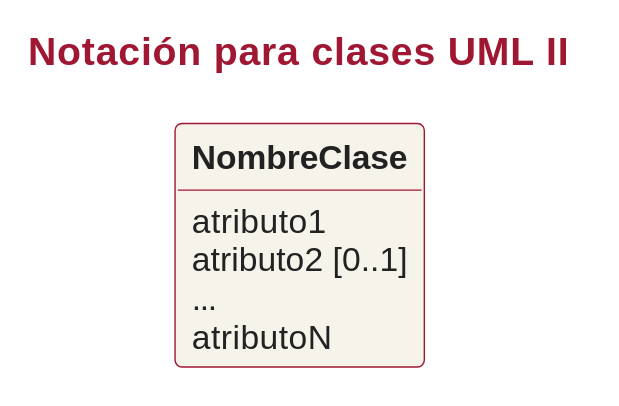
Before: assets/slides/iissi1/t6-introduccion-al-modelado-conceptual/puml/dc-notacion-clases-uml-II.svg, a diagram exported from PlantUML (IISSI-US/web). The source it was exported from:
```plantuml
@startuml
title Notación para clases UML II
!include ../../puml/teoria.iuml
!include NombreClaseValor.iuml
@enduml
```
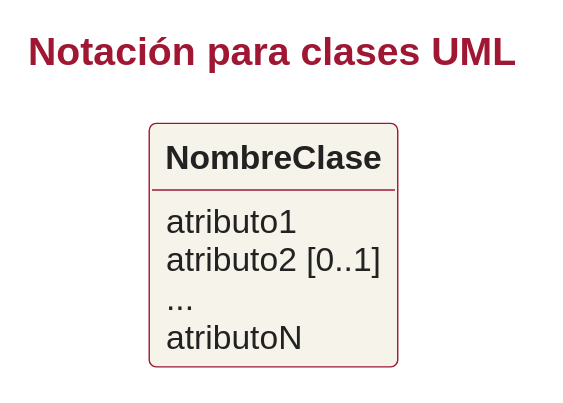
Later version of the same file.

What changed in the source:
```diff
@@ -1,5 +1,11 @@
 @startuml
-title Notación para clases UML II
+title Notación para clases UML
 !include ../../puml/teoria.iuml
-!include NombreClaseValor.iuml
+
+Class NombreClase{
+  atributo1
+  atributo2 [0..1]
+  ...
+  atributoN
+}
 @enduml
```
